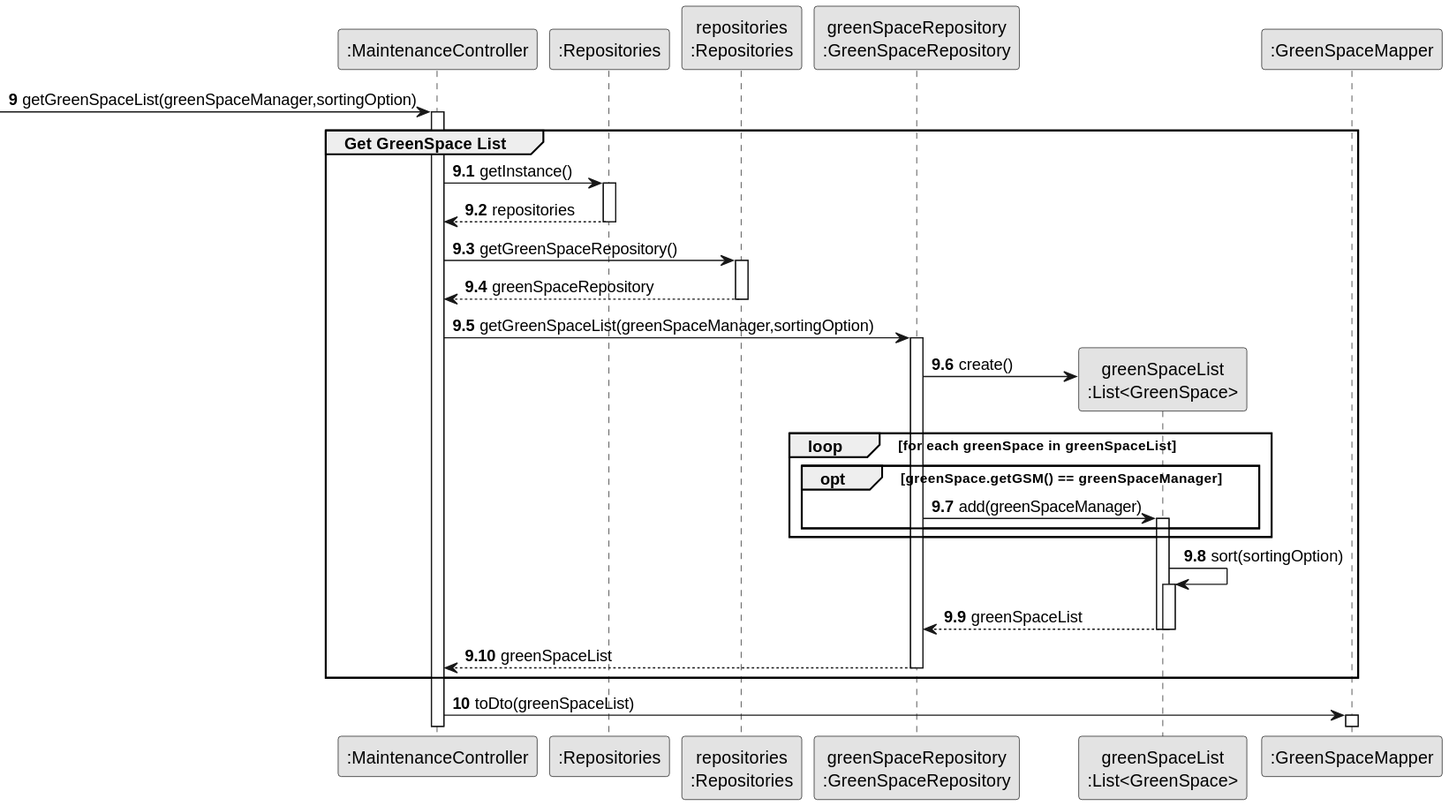
Above: docs/sprintC/us027/03.design/svg/us027-sequence-diagram-partial-get-GreenSpace-list.svg in diogoveirospro/lei-24-s2-1dg-g072 (PlantUML), before the change.
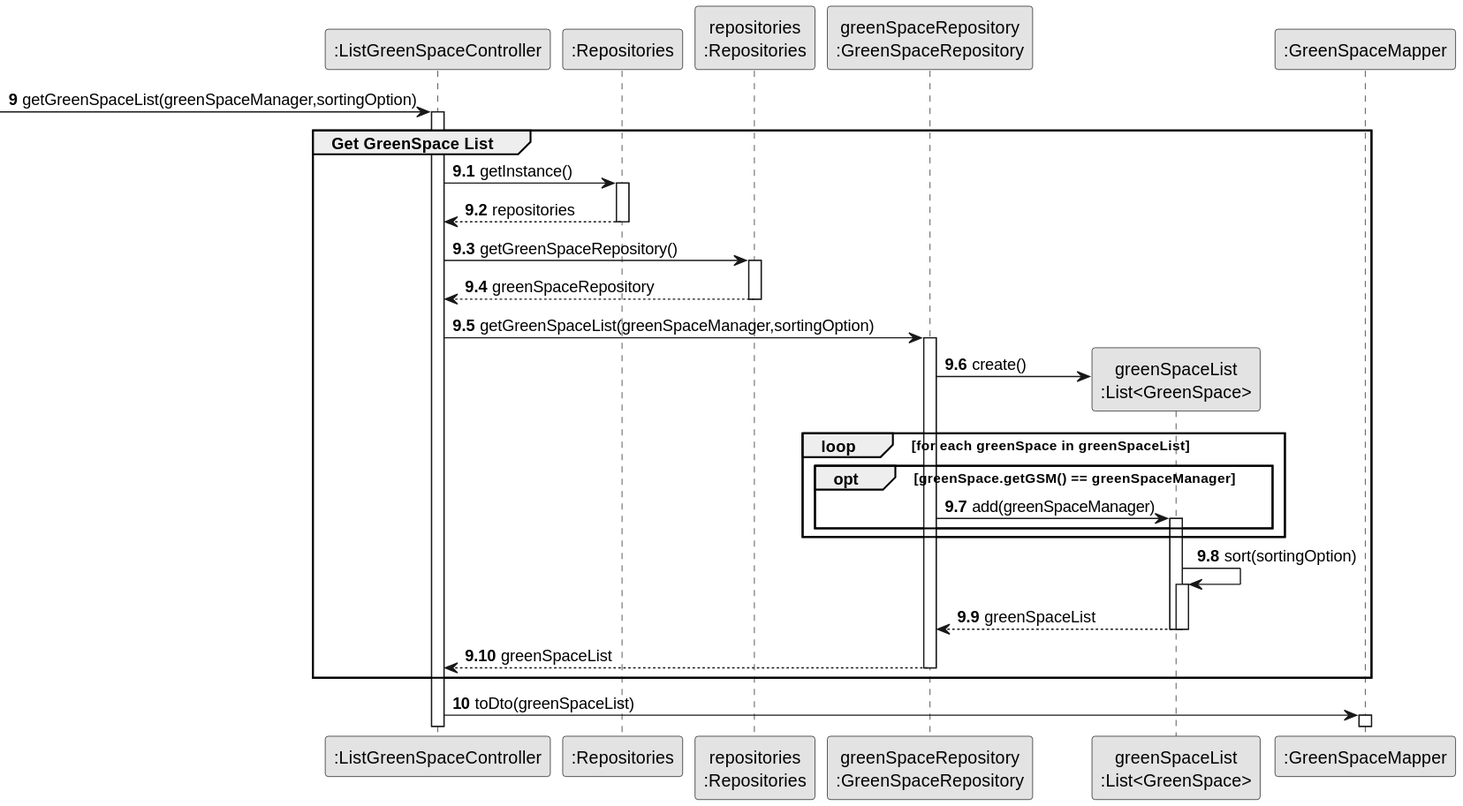
The same diagram one commit later.

The edit, as a diff of the source:
```diff
@@ -6,7 +6,7 @@
 autonumber
 
 
-participant ":MaintenanceController" as CTRL
+participant ":ListGreenSpaceController" as CTRL
 participant ":Repositories" as RepositorySingleton
 participant "repositories\n:Repositories" as REP
 participant "greenSpaceRepository\n:GreenSpaceRepository" as greenSpaceRepository
```
